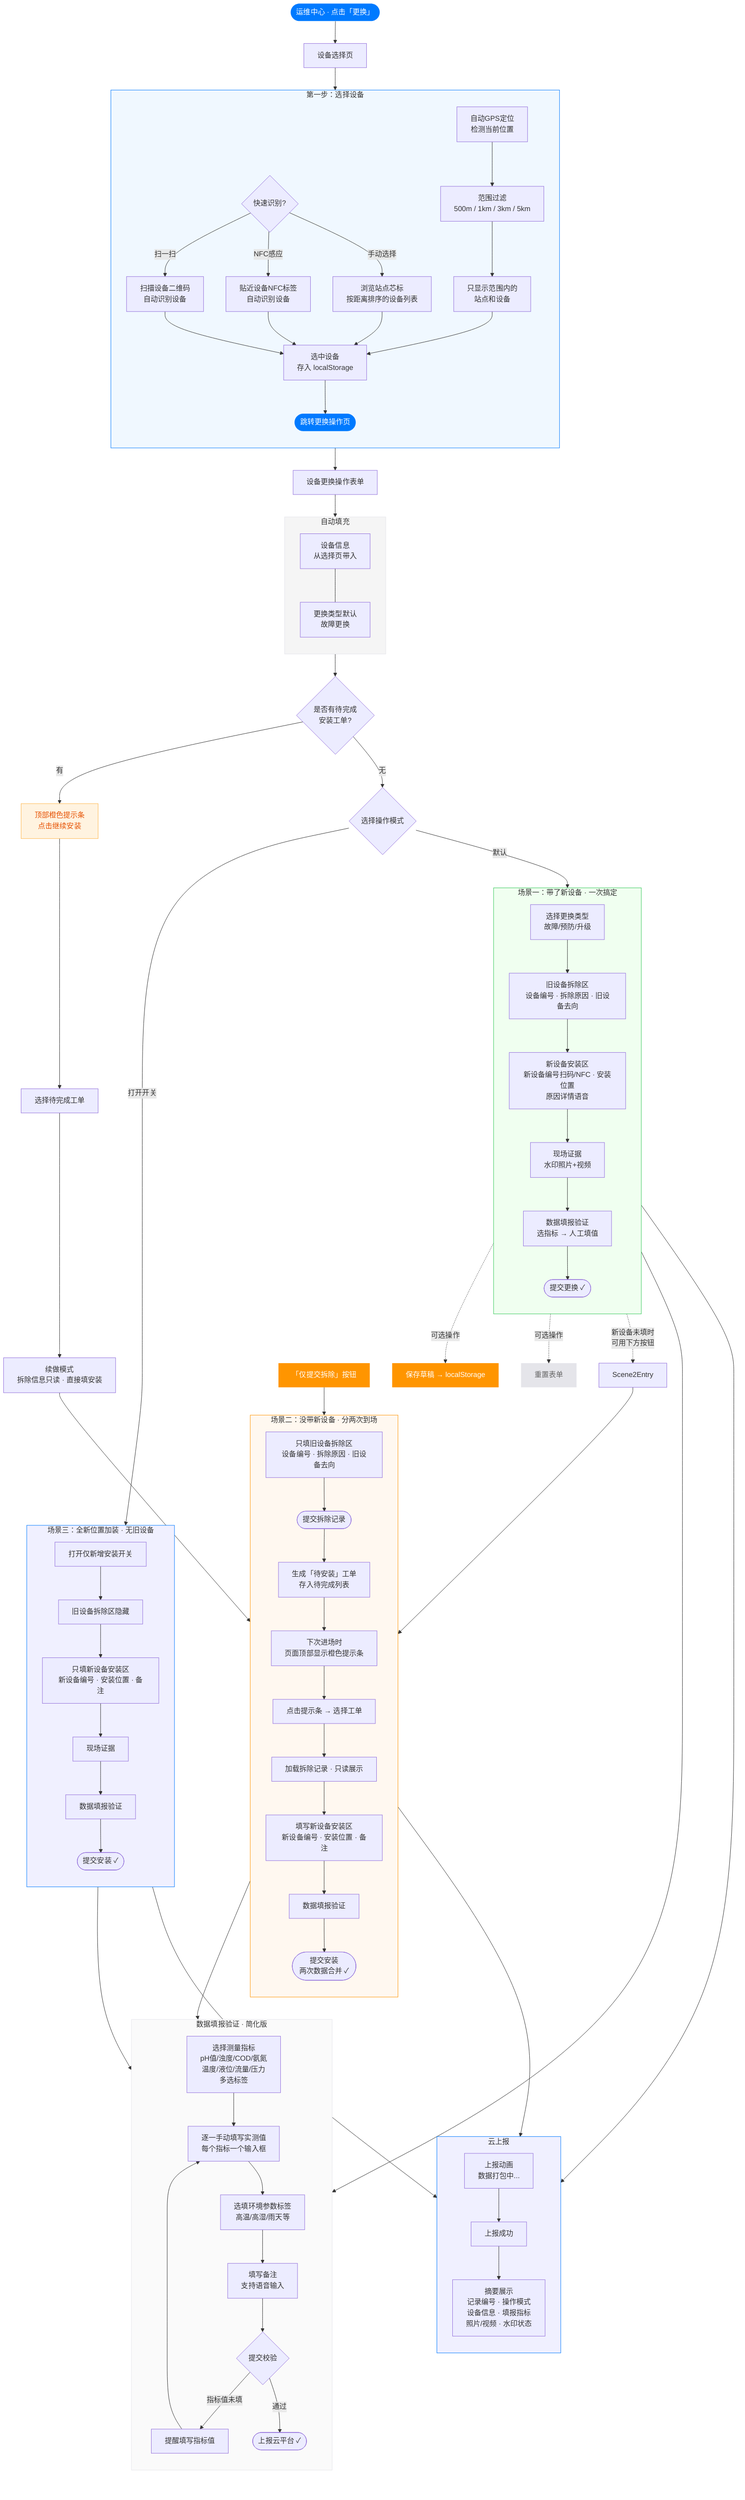
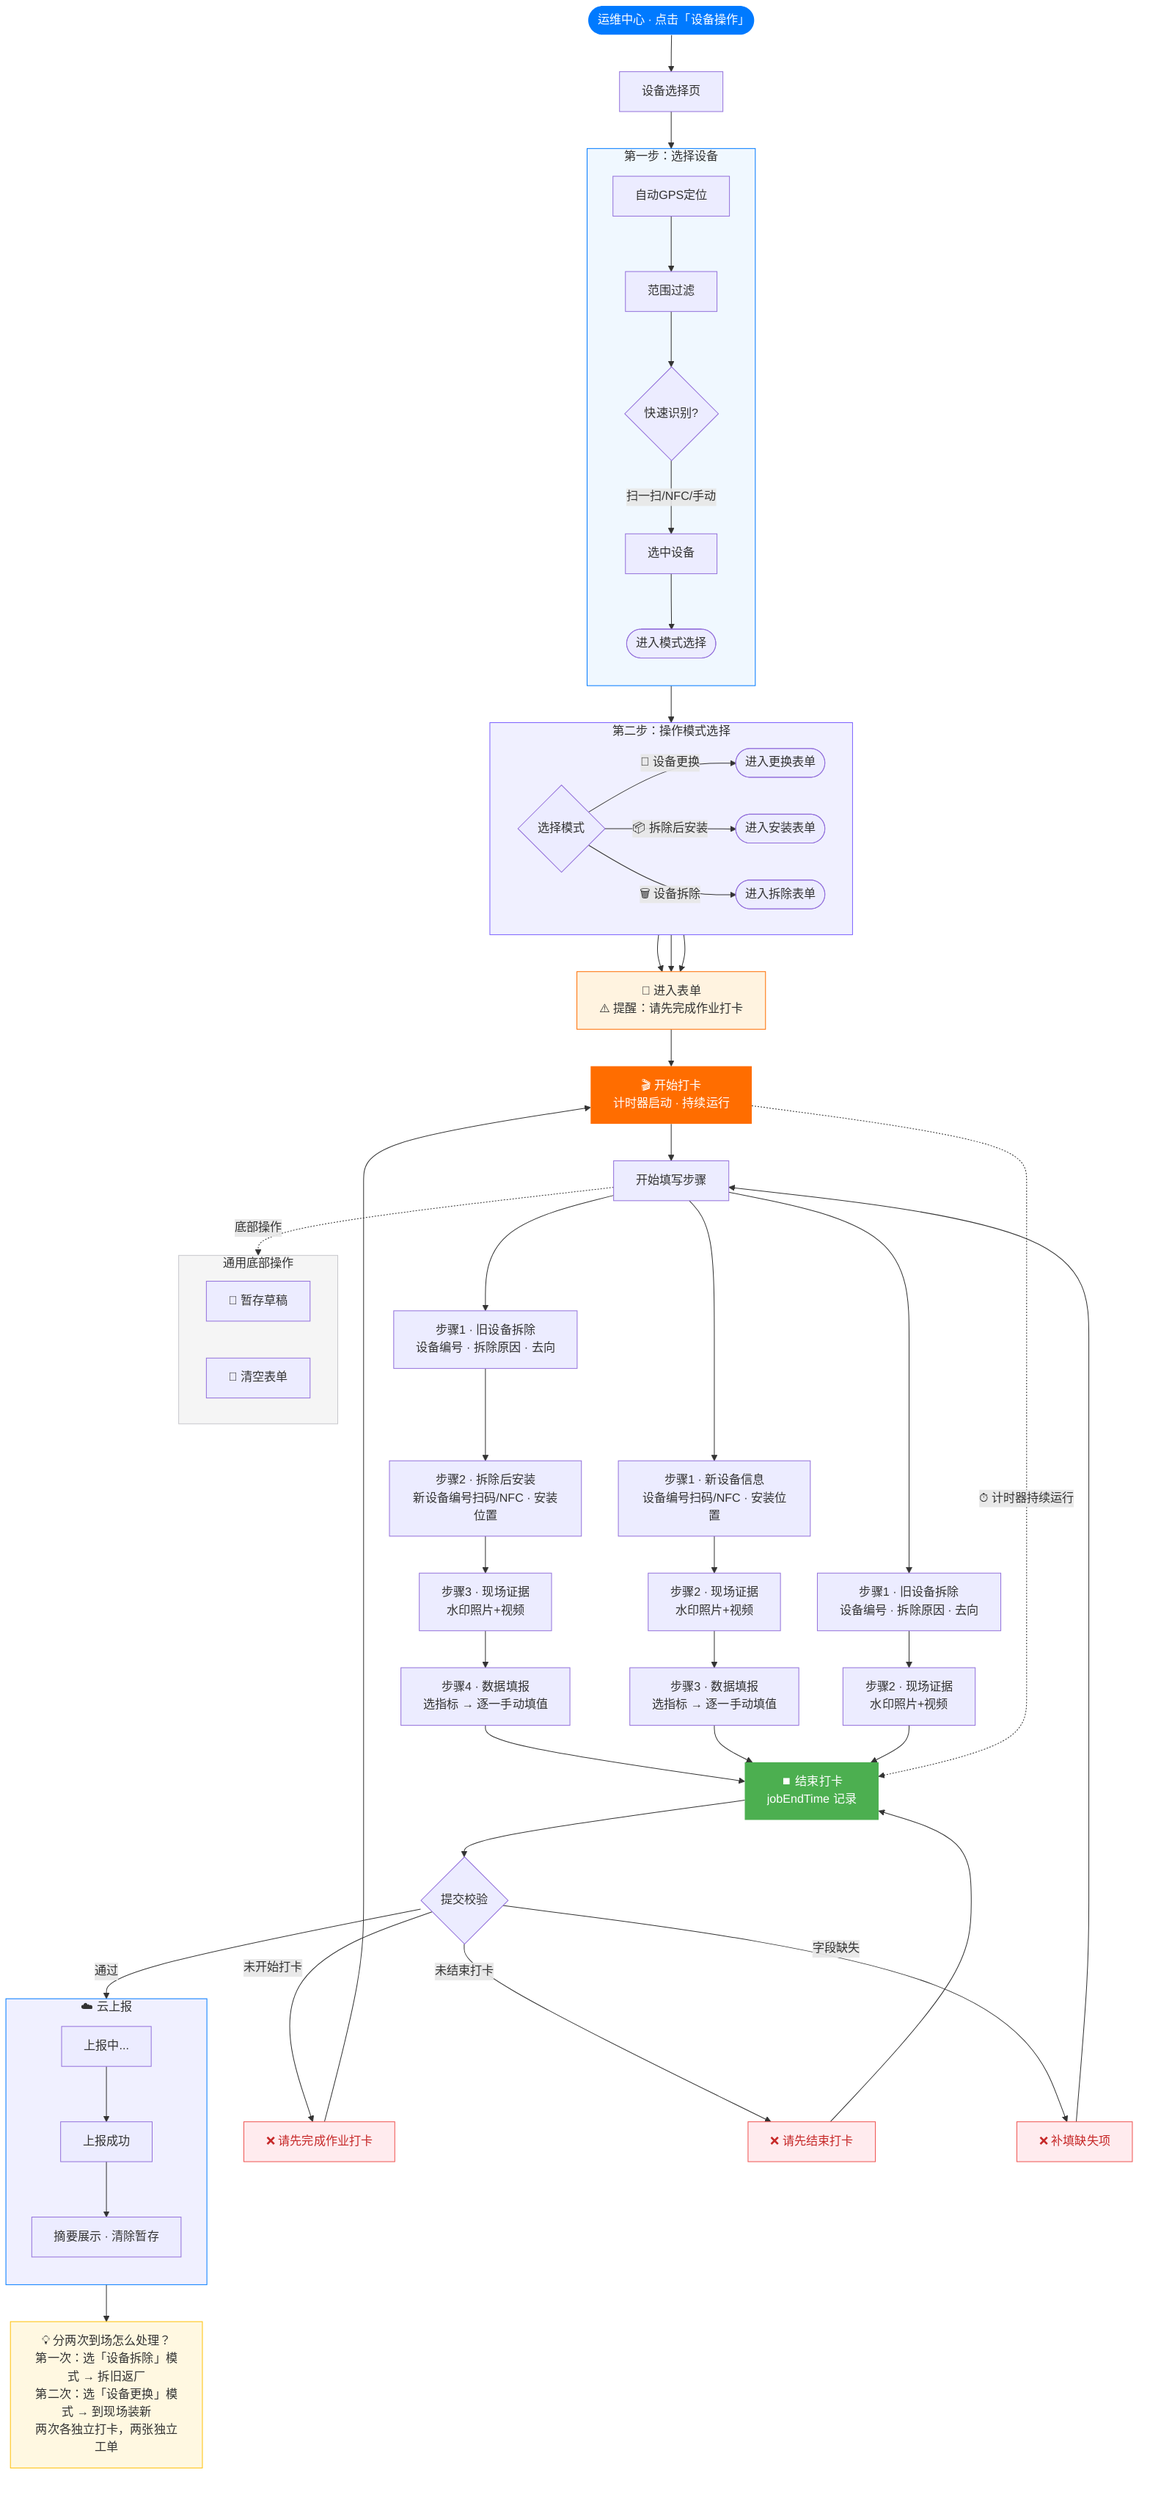
flowchart TD
-     Start([运维中心 · 点击「更换」]) --> SelectPage[设备选择页]
+     Start([运维中心 · 点击「设备操作」]) --> SelectPage[设备选择页]

-     %% ===== 第一步：设备选择 =====
    subgraph DeviceSelect [第一步：选择设备]
        direction TB
-         AutoGPS[自动GPS定位<br>检测当前位置] --> RadiusFilter[范围过滤<br>500m / 1km / 3km / 5km]
-         RadiusFilter --> NearbyList[只显示范围内的<br>站点和设备]
- 
-         QuickAction{快速识别?}
-         QuickAction -->|扫一扫| QRScan[扫描设备二维码<br>自动识别设备]
-         QuickAction -->|NFC感应| NFCTap[贴近设备NFC标签<br>自动识别设备]
-         QuickAction -->|手动选择| BrowseList[浏览站点芯标<br>按距离排序的设备列表]
- 
-         QRScan --> SelectDevice
-         NFCTap --> SelectDevice
-         BrowseList --> SelectDevice
-         NearbyList --> SelectDevice
-         SelectDevice[选中设备<br>存入 localStorage] --> NextPage([跳转更换操作页])
+         AutoGPS[自动GPS定位] --> RadiusFilter[范围过滤]
+         RadiusFilter --> QuickAction{快速识别?}
+         QuickAction -->|扫一扫/NFC/手动| SelectDevice[选中设备]
+         SelectDevice --> NextPage([进入模式选择])
    end

    SelectPage --> DeviceSelect

-     %% ===== 第二步：更换操作 =====
-     NextPage --> FormPage[设备更换操作表单]
- 
-     subgraph AutoFill [自动填充]
-         direction TB
-         AutoDevice[设备信息<br>从选择页带入] --- AutoType[更换类型默认<br>故障更换]
+     subgraph ModePage [第二步：操作模式选择]
+         direction LR
+         Pick{选择模式}
+         Pick -->|🔧 设备更换| EnterReplace([进入更换表单])
+         Pick -->|📦 拆除后安装| EnterInstall([进入安装表单])
+         Pick -->|🗑️ 设备拆除| EnterRemove([进入拆除表单])
    end

-     FormPage --> AutoFill
+     NextPage --> ModePage

-     AutoFill --> CheckPending{是否有待完成<br>安装工单?}
+     %% ===== 进入表单 → 先打卡 =====
+     EnterReplace --> ClockRemind
+     EnterInstall --> ClockRemind
+     EnterRemove --> ClockRemind

-     CheckPending -->|有| PendingBanner[顶部橙色提示条<br>点击继续安装]
-     CheckPending -->|无| ModeChoice{选择操作模式}
+     ClockRemind["📍 进入表单<br/>⚠️ 提醒：请先完成作业打卡"] --> StartClock["🎬 开始打卡<br/>计时器启动 · 持续运行"]

-     PendingBanner --> LoadOrder[选择待完成工单]
-     LoadOrder --> ResumeMode[续做模式<br>拆除信息只读 · 直接填安装]
+     %% 打卡 + 填表并行
+     StartClock --> FillStart[开始填写步骤]

-     ModeChoice -->|默认| Scene1
-     ModeChoice -->|打开开关| Scene3
+     %% ===== 更换模式 =====
+     FillStart --> ReplaceOld[步骤1 · 旧设备拆除<br/>设备编号 · 拆除原因 · 去向]
+     ReplaceOld --> ReplaceNew[步骤2 · 拆除后安装<br/>新设备编号扫码/NFC · 安装位置]
+     ReplaceNew --> ReplaceEvidence[步骤3 · 现场证据<br/>水印照片+视频]
+     ReplaceEvidence --> ReplaceData[步骤4 · 数据填报<br/>选指标 → 逐一手动填值]
+     ReplaceData --> EndClock

-     %% ===== 场景一：一次搞定 =====
-     subgraph Scene1 [场景一：带了新设备 · 一次搞定]
+     %% ===== 安装模式 =====
+     FillStart --> InstallDevice[步骤1 · 新设备信息<br/>设备编号扫码/NFC · 安装位置]
+     InstallDevice --> InstallEvidence[步骤2 · 现场证据<br/>水印照片+视频]
+     InstallEvidence --> InstallData[步骤3 · 数据填报<br/>选指标 → 逐一手动填值]
+     InstallData --> EndClock
+ 
+     %% ===== 拆除模式 =====
+     FillStart --> DemoDevice[步骤1 · 旧设备拆除<br/>设备编号 · 拆除原因 · 去向]
+     DemoDevice --> DemoEvidence[步骤2 · 现场证据<br/>水印照片+视频]
+     DemoEvidence --> EndClock
+ 
+     %% ===== 结束打卡 =====
+     EndClock["⏹️ 结束打卡<br/>jobEndTime 记录"]
+ 
+     EndClock --> Validate{提交校验}
+     Validate -->|未开始打卡| Err1["❌ 请先完成作业打卡"]
+     Validate -->|未结束打卡| Err2["❌ 请先结束打卡"]
+     Validate -->|字段缺失| Err3["❌ 补填缺失项"]
+     Err1 --> StartClock
+     Err2 --> EndClock
+     Err3 --> FillStart
+ 
+     Validate -->|通过| CloudSubmit
+ 
+     subgraph CloudSubmit [☁️ 云上报]
        direction TB
-         S1_Type[选择更换类型<br>故障/预防/升级] --> S1_Old[旧设备拆除区<br>设备编号 · 拆除原因 · 旧设备去向]
-         S1_Old --> S1_New[新设备安装区<br>新设备编号扫码/NFC · 安装位置<br>原因详情语音]
-         S1_New --> S1_Evidence[现场证据<br>水印照片+视频]
-         S1_Evidence --> S1_Report[数据填报验证<br>选指标 → 人工填值]
-         S1_Report --> S1_Submit([提交更换 ✓])
+         UploadAnim[上报中...] --> UploadDone[上报成功]
+         UploadDone --> Summary["摘要展示 · 清除暂存"]
    end

-     %% ===== 场景二：分两次到场 =====
-     Scene1 -.->|新设备未填时<br>可用下方按钮| Scene2Entry
-     modeSwitch["「仅提交拆除」按钮"] --> Scene2
+     %% ===== 打卡旁路 =====
+     StartClock -.->|⏱ 计时器持续运行| EndClock

-     subgraph Scene2 [场景二：没带新设备 · 分两次到场]
-         direction TB
-         S2_Old[只填旧设备拆除区<br>设备编号 · 拆除原因 · 旧设备去向] --> S2_Submit([提交拆除记录])
-         S2_Submit --> S2_Pending[生成「待安装」工单<br>存入待完成列表]
-         S2_Pending --> S2_Banner[下次进场时<br>页面顶部显示橙色提示条]
-         S2_Banner --> S2_Load[点击提示条 → 选择工单]
-         S2_Load --> S2_Resume[加载拆除记录 · 只读展示]
-         S2_Resume --> S2_Install[填写新设备安装区<br>新设备编号 · 安装位置 · 备注]
-         S2_Install --> S2_Report[数据填报验证]
-         S2_Report --> S2_Done([提交安装<br>两次数据合并 ✓])
+     %% ===== 分两次到场说明 =====
+     CloudSubmit --> SplitNote
+     SplitNote["💡 分两次到场怎么处理？<br/>第一次：选「设备拆除」模式 → 拆旧返厂<br/>第二次：选「设备更换」模式 → 到现场装新<br/>两次各独立打卡，两张独立工单"]
+ 
+     FillStart -.->|底部操作| GlobalActions
+     subgraph GlobalActions [通用底部操作]
+         direction LR
+         SaveDraft[💾 暂存草稿]
+         ResetForm[🔄 清空表单]
    end

-     Scene2Entry --> Scene2
- 
-     %% ===== 场景三：仅新增 =====
-     subgraph Scene3 [场景三：全新位置加装 · 无旧设备]
-         direction TB
-         S3_Toggle[打开仅新增安装开关] --> S3_Hide[旧设备拆除区隐藏]
-         S3_Hide --> S3_Install[只填新设备安装区<br>新设备编号 · 安装位置 · 备注]
-         S3_Install --> S3_Evidence[现场证据]
-         S3_Evidence --> S3_Report[数据填报验证]
-         S3_Report --> S3_Submit([提交安装 ✓])
-     end
- 
-     ResumeMode --> S2_Install
- 
-     %% ===== 数据填报验证（三种场景公用） =====
-     S1_Report --> ReportDetail
-     S2_Report --> ReportDetail
-     S3_Report --> ReportDetail
- 
-     subgraph ReportDetail [数据填报验证 · 简化版]
-         direction TB
-         R1[选择测量指标<br>pH值/浊度/COD/氨氮<br>温度/液位/流量/压力<br>多选标签] --> R2[逐一手动填写实测值<br>每个指标一个输入框]
-         R2 --> R3[选填环境参数标签<br>高温/高湿/雨天等]
-         R3 --> R4[填写备注<br>支持语音输入]
-         R4 --> R5{提交校验}
-         R5 -->|指标值未填| R5_Err[提醒填写指标值]
-         R5 -->|通过| R6([上报云平台 ✓])
-         R5_Err --> R2
-     end
- 
-     %% ===== 提交 =====
-     S1_Submit --> CloudUpload
-     S2_Done --> CloudUpload
-     S3_Submit --> CloudUpload
- 
-     subgraph CloudUpload [云上报]
-         direction TB
-         UploadAnim[上报动画<br>数据打包中...] --> UploadDone[上报成功]
-         UploadDone --> Summary["摘要展示<br>记录编号 · 操作模式<br>设备信息 · 填报指标<br>照片/视频 · 水印状态"]
-     end
- 
-     %% ===== 底部操作 =====
-     S1_Submit -.->|可选操作| SaveDraft[保存草稿 → localStorage]
-     S1_Submit -.->|可选操作| ResetForm[重置表单]
- 
-     %% ===== 样式 =====
    style Start fill:#007AFF,color:#fff,stroke:none
-     style NextPage fill:#007AFF,color:#fff,stroke:none
    style DeviceSelect fill:#F0F8FF,stroke:#007AFF
-     style AutoFill fill:#F5F5F5,stroke:#E5E5EA
-     style Scene1 fill:#F0FFF0,stroke:#34C759
-     style Scene2 fill:#FFF8F0,stroke:#FF9500
-     style Scene3 fill:#F0F0FF,stroke:#007AFF
-     style ReportDetail fill:#FAFAFA,stroke:#E5E5EA
-     style CloudUpload fill:#F0F0FF,stroke:#007AFF
-     style PendingBanner fill:#FFF3E0,color:#E65100,stroke:#FFB74D
-     style SaveDraft fill:#FF9500,color:#fff,stroke:none
-     style ResetForm fill:#E5E5EA,color:#666,stroke:none
-     style modeSwitch fill:#FF9500,color:#fff,stroke:none
+     style ModePage fill:#F0F0FF,stroke:#7B61FF
+     style ClockRemind fill:#FFF3E0,stroke:#FF6D00
+     style StartClock fill:#FF6D00,color:#fff,stroke:none
+     style EndClock fill:#4CAF50,color:#fff,stroke:none
+     style CloudSubmit fill:#F0F0FF,stroke:#007AFF
+     style SplitNote fill:#FFF8E1,stroke:#FFC107
+     style GlobalActions fill:#F5F5F5,stroke:#C7C7CC
+     style Err1 fill:#FFEBEE,color:#C62828,stroke:#EF5350
+     style Err2 fill:#FFEBEE,color:#C62828,stroke:#EF5350
+     style Err3 fill:#FFEBEE,color:#C62828,stroke:#EF5350
